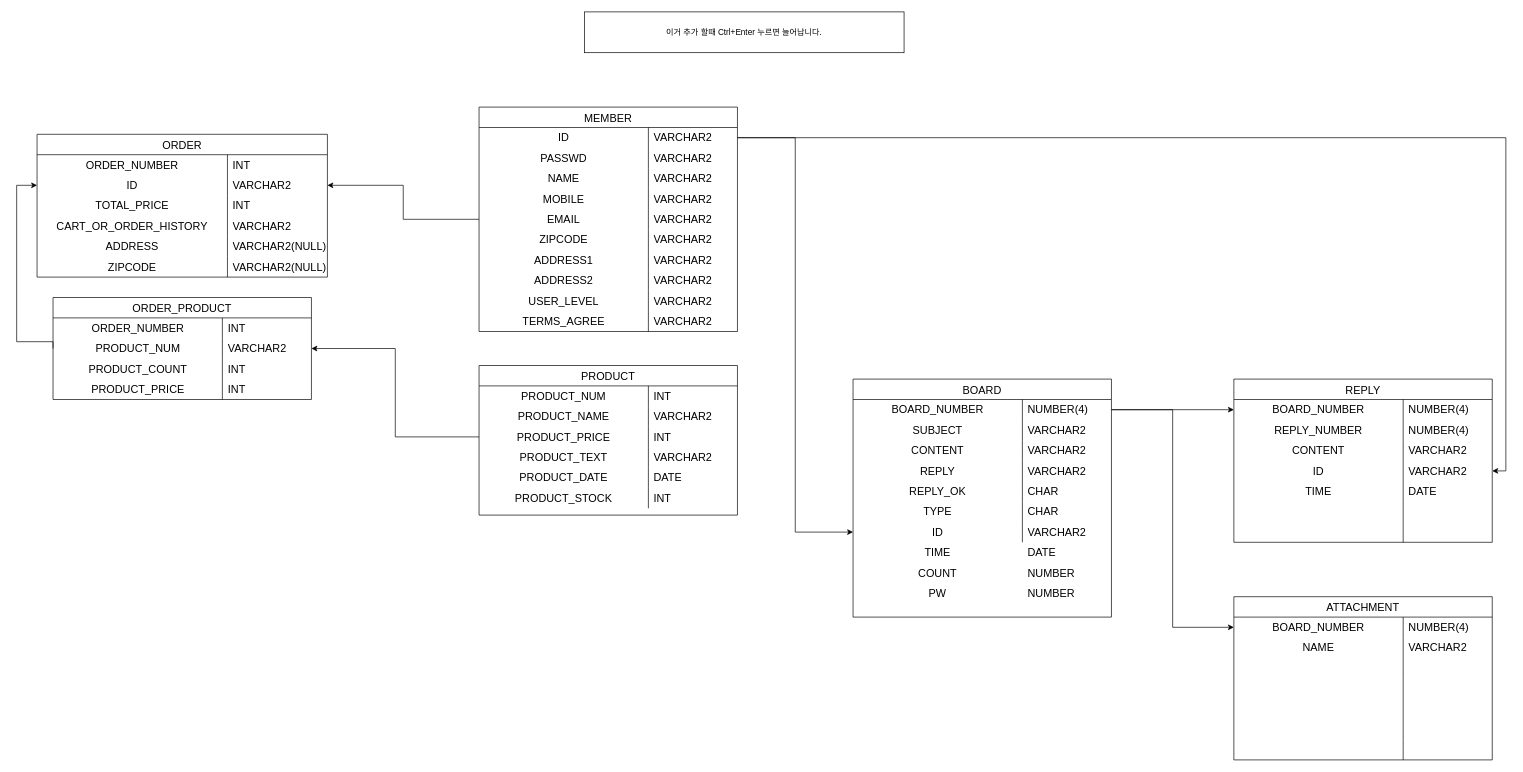
This is 제목 없는 다이어그램.drawio from Rookies13/Senanam, a draw.io file, before an edit. Source tidied: cells renumbered, new cells numbered last; positions are measured from the earlier drawing's top-left corner, leaving out a move shared by most shapes. Both pictures are drawn from the tidied source at 68%, with x=0, y=0 at pixel (16, 12).
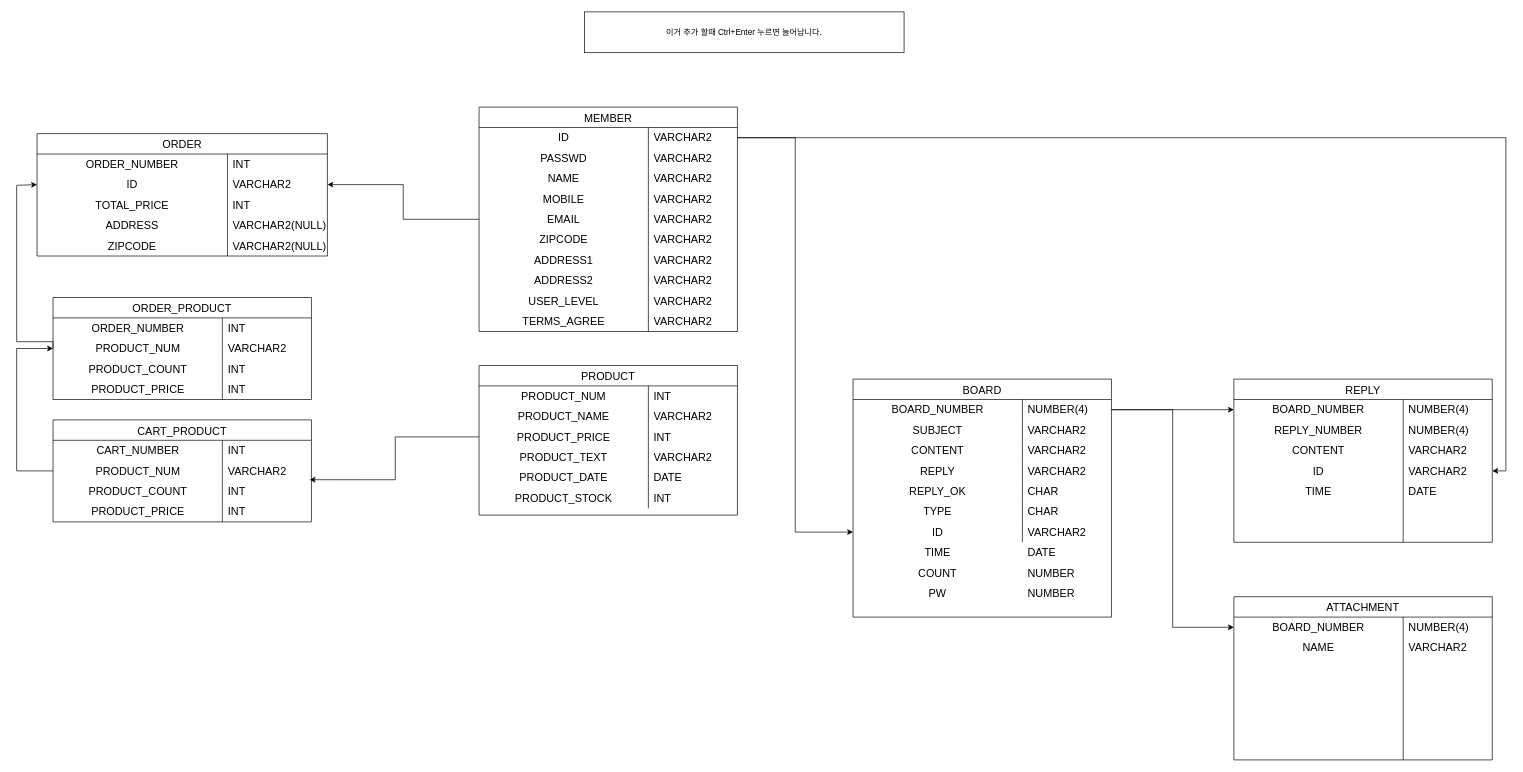
After the change.

Commit message:
제목 없는 다이어그램.drawio 업데이트

Unchanged cells that the change refers to:
```xml
<mxCell id="41" style="shape=tableRow;horizontal=0;startSize=0;swimlaneHead=0;swimlaneBody=0;top=0;left=0;bottom=0;right=0;fillColor=none;points=[[0,0.5],[1,0.5]];portConstraint=eastwest;strokeColor=inherit;fontSize=16;" parent="34" vertex="1">
  <mxGeometry y="90" width="380" height="30" as="geometry" />
</mxCell>
<mxCell id="98" style="shape=tableRow;horizontal=0;startSize=0;swimlaneHead=0;swimlaneBody=0;top=0;left=0;bottom=0;right=0;fillColor=none;points=[[0,0.5],[1,0.5]];portConstraint=eastwest;strokeColor=inherit;fontSize=16;" parent="94" vertex="1">
  <mxGeometry y="60" width="380" height="30" as="geometry" />
</mxCell>
```

What changed in the source:
```diff
@@
     <mxCell id="75" value="ORDER" style="shape=table;startSize=30;childLayout=tableLayout;rowLines=0;fontStyle=0;strokeColor=default;fontSize=16;" parent="1" vertex="1">
-      <mxGeometry x="30" y="180" width="427" height="210" as="geometry" />
+      <mxGeometry x="30" y="179" width="427" height="180" as="geometry" />
     </mxCell>
@@
-    <mxCell id="85" style="shape=tableRow;horizontal=0;startSize=0;swimlaneHead=0;swimlaneBody=0;top=0;left=0;bottom=0;right=0;fillColor=none;strokeColor=inherit;fontSize=16;" parent="75" vertex="1">
-      <mxGeometry y="120" width="427" height="30" as="geometry" />
-    </mxCell>
-    <mxCell id="86" value="CART_OR_ORDER_HISTORY" style="shape=partialRectangle;html=1;whiteSpace=wrap;fillColor=none;top=0;left=0;bottom=0;right=0;overflow=hidden;strokeColor=inherit;fontSize=16;" parent="85" vertex="1">
-      <mxGeometry width="280" height="30" as="geometry" />
-    </mxCell>
-    <mxCell id="87" value="VARCHAR2" style="shape=partialRectangle;html=1;whiteSpace=wrap;fillColor=none;top=0;left=0;bottom=0;right=0;align=left;spacingLeft=6;overflow=hidden;strokeColor=inherit;fontSize=16;" parent="85" vertex="1">
-      <mxGeometry x="280" width="147" height="30" as="geometry" />
-    </mxCell>
     <mxCell id="88" style="shape=tableRow;horizontal=0;startSize=0;swimlaneHead=0;swimlaneBody=0;top=0;left=0;bottom=0;right=0;fillColor=none;strokeColor=inherit;fontSize=16;" parent="75" vertex="1">
-      <mxGeometry y="150" width="427" height="30" as="geometry" />
+      <mxGeometry y="120" width="427" height="30" as="geometry" />
     </mxCell>
@@
     <mxCell id="91" style="shape=tableRow;horizontal=0;startSize=0;swimlaneHead=0;swimlaneBody=0;top=0;left=0;bottom=0;right=0;fillColor=none;strokeColor=inherit;fontSize=16;" parent="75" vertex="1">
-      <mxGeometry y="180" width="427" height="30" as="geometry" />
+      <mxGeometry y="150" width="427" height="30" as="geometry" />
     </mxCell>
@@
-    <mxCell id="108" style="edgeStyle=orthogonalEdgeStyle;rounded=0;jettySize=auto;html=1;exitX=0;exitY=0.5;exitDx=0;exitDy=0;entryX=1;entryY=0.5;entryDx=0;entryDy=0;" parent="1" edge="1" source="41" target="98">
-      <mxGeometry relative="1" as="geometry" />
-    </mxCell>
@@
+    <mxCell id="164" value="CART_PRODUCT" style="shape=table;startSize=30;childLayout=tableLayout;rowLines=0;fontStyle=0;strokeColor=default;fontSize=16;" parent="1" vertex="1">
+      <mxGeometry x="53.5" y="600" width="380" height="150" as="geometry" />
+    </mxCell>
+    <mxCell id="165" style="shape=tableRow;horizontal=0;startSize=0;swimlaneHead=0;swimlaneBody=0;top=0;left=0;bottom=0;right=0;fillColor=none;strokeColor=inherit;fontSize=16;" parent="164" vertex="1">
+      <mxGeometry y="30" width="380" height="30" as="geometry" />
+    </mxCell>
+    <mxCell id="166" value="CART_NUMBER" style="shape=partialRectangle;html=1;whiteSpace=wrap;fillColor=none;top=0;left=0;bottom=0;right=0;overflow=hidden;strokeColor=inherit;fontSize=16;" parent="165" vertex="1">
+      <mxGeometry width="249" height="30" as="geometry" />
+    </mxCell>
+    <mxCell id="167" value="INT" style="shape=partialRectangle;html=1;whiteSpace=wrap;fillColor=none;top=0;left=0;bottom=0;right=0;align=left;spacingLeft=6;overflow=hidden;strokeColor=inherit;fontSize=16;" parent="165" vertex="1">
+      <mxGeometry x="249" width="131" height="30" as="geometry" />
+    </mxCell>
+    <mxCell id="168" style="shape=tableRow;horizontal=0;startSize=0;swimlaneHead=0;swimlaneBody=0;top=0;left=0;bottom=0;right=0;fillColor=none;points=[[0,0.5],[1,0.5]];portConstraint=eastwest;strokeColor=inherit;fontSize=16;" parent="164" vertex="1">
+      <mxGeometry y="60" width="380" height="30" as="geometry" />
+    </mxCell>
+    <mxCell id="169" value="PRODUCT_NUM" style="shape=partialRectangle;html=1;whiteSpace=wrap;fillColor=none;top=0;left=0;bottom=0;right=0;overflow=hidden;strokeColor=inherit;fontSize=16;" parent="168" vertex="1">
+      <mxGeometry width="249" height="30" as="geometry" />
+    </mxCell>
+    <mxCell id="87" value="VARCHAR2" style="shape=partialRectangle;html=1;whiteSpace=wrap;fillColor=none;top=0;left=0;bottom=0;right=0;align=left;spacingLeft=6;overflow=hidden;strokeColor=inherit;fontSize=16;" parent="168" vertex="1">
+      <mxGeometry x="249" width="131" height="30" as="geometry" />
+    </mxCell>
+    <mxCell id="170" style="shape=tableRow;horizontal=0;startSize=0;swimlaneHead=0;swimlaneBody=0;top=0;left=0;bottom=0;right=0;fillColor=none;points=[[0,0.5],[1,0.5]];portConstraint=eastwest;strokeColor=inherit;fontSize=16;" parent="164" vertex="1">
+      <mxGeometry y="90" width="380" height="30" as="geometry" />
+    </mxCell>
+    <mxCell id="171" value="PRODUCT_COUNT" style="shape=partialRectangle;html=1;whiteSpace=wrap;fillColor=none;top=0;left=0;bottom=0;right=0;overflow=hidden;strokeColor=inherit;fontSize=16;" parent="170" vertex="1">
+      <mxGeometry width="249" height="30" as="geometry" />
+    </mxCell>
+    <mxCell id="172" value="INT" style="shape=partialRectangle;html=1;whiteSpace=wrap;fillColor=none;top=0;left=0;bottom=0;right=0;align=left;spacingLeft=6;overflow=hidden;strokeColor=inherit;fontSize=16;" parent="170" vertex="1">
+      <mxGeometry x="249" width="131" height="30" as="geometry" />
+    </mxCell>
+    <mxCell id="173" style="shape=tableRow;horizontal=0;startSize=0;swimlaneHead=0;swimlaneBody=0;top=0;left=0;bottom=0;right=0;fillColor=none;strokeColor=inherit;fontSize=16;" parent="164" vertex="1">
+      <mxGeometry y="120" width="380" height="30" as="geometry" />
+    </mxCell>
+    <mxCell id="174" value="PRODUCT_PRICE" style="shape=partialRectangle;html=1;whiteSpace=wrap;fillColor=none;top=0;left=0;bottom=0;right=0;overflow=hidden;strokeColor=inherit;fontSize=16;" parent="173" vertex="1">
+      <mxGeometry width="249" height="30" as="geometry" />
+    </mxCell>
+    <mxCell id="175" value="INT" style="shape=partialRectangle;html=1;whiteSpace=wrap;fillColor=none;top=0;left=0;bottom=0;right=0;align=left;spacingLeft=6;overflow=hidden;strokeColor=inherit;fontSize=16;" parent="173" vertex="1">
+      <mxGeometry x="249" width="131" height="30" as="geometry" />
+    </mxCell>
+    <mxCell id="176" style="edgeStyle=orthogonalEdgeStyle;rounded=0;jettySize=auto;html=1;entryX=0.993;entryY=-0.067;entryDx=0;entryDy=0;entryPerimeter=0;" parent="1" edge="1" source="41" target="170">
+      <mxGeometry relative="1" as="geometry" />
+    </mxCell>
+    <mxCell id="177" style="edgeStyle=orthogonalEdgeStyle;rounded=0;jettySize=auto;html=1;entryX=0;entryY=0.5;entryDx=0;entryDy=0;" parent="1" edge="1" source="168" target="98">
+      <mxGeometry relative="1" as="geometry">
+        <Array as="points">
+          <mxPoint y="675" />
+          <mxPoint y="495" />
+        </Array>
+      </mxGeometry>
+    </mxCell>
```
